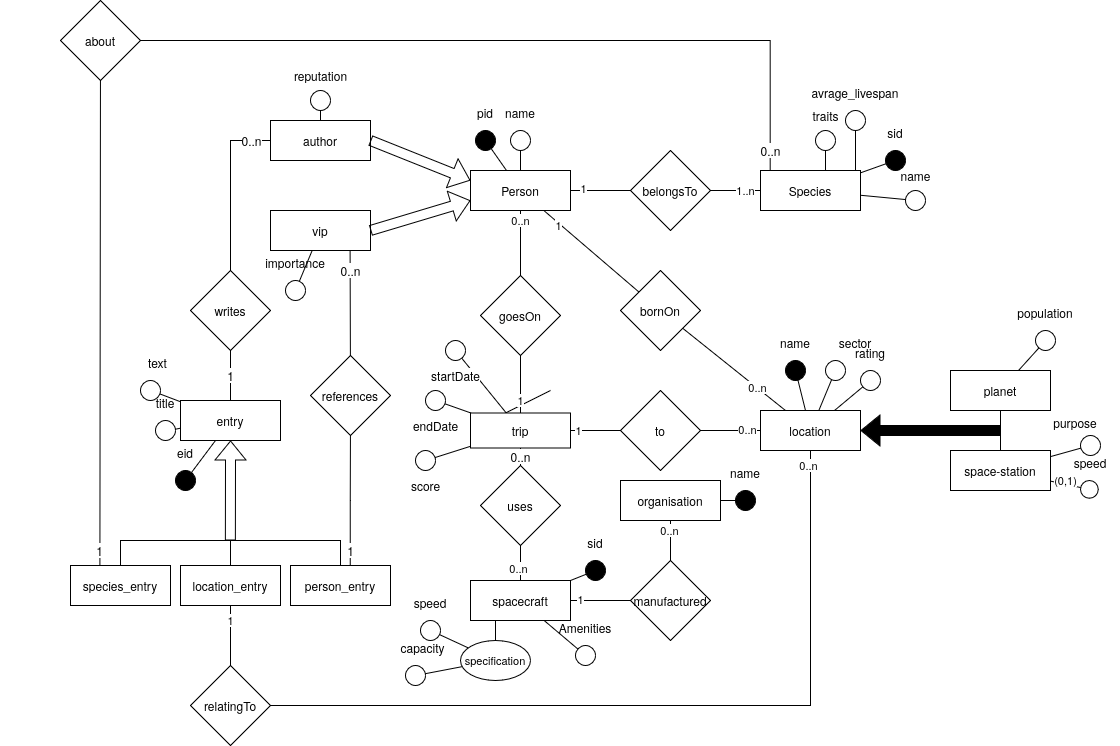
Before: hhgttg-diagramm.drawio.png, a diagram exported from draw.io (MassimiIiano/hhgttg-db). Source tidied: cells renumbered, new cells last; positions are measured from the earlier drawing's top-left corner, leaving out a move shared by most shapes.
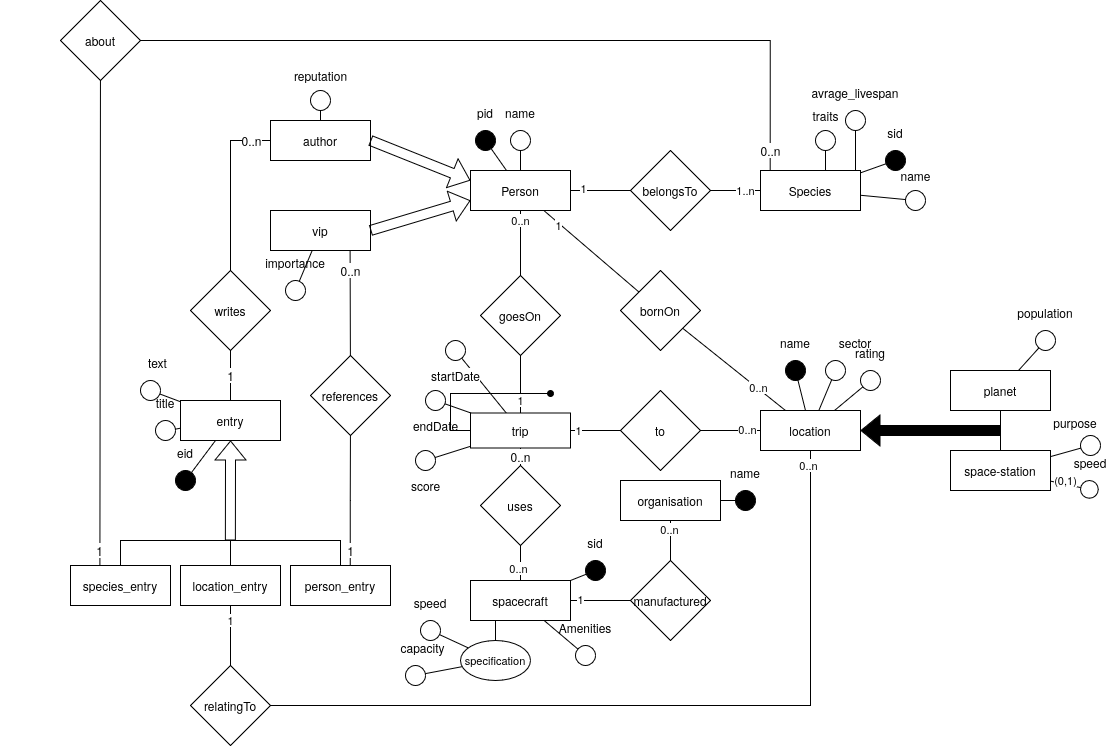
The same diagram one commit later.

Diff of the diagram source:
```diff
@@ -414,9 +414,13 @@
     <mxCell id="131" style="rounded=0;jettySize=auto;html=1;entryX=0.5;entryY=0;entryDx=0;entryDy=0;endArrow=none;startFill=0;" parent="1" edge="1" source="129" target="40">
       <mxGeometry relative="1" as="geometry" />
     </mxCell>
-    <mxCell id="132" style="edgeStyle=none;shape=connector;rounded=0;jettySize=auto;html=1;exitX=0;exitY=0.5;exitDx=0;exitDy=0;strokeColor=default;align=center;verticalAlign=middle;fontFamily=Helvetica;fontSize=11;fontColor=default;labelBackgroundColor=default;endArrow=none;endFill=0;endSize=6;fillColor=#000000;" parent="1" edge="1" source="133">
+    <mxCell id="132" style="edgeStyle=orthogonalEdgeStyle;shape=connector;rounded=0;jettySize=auto;html=1;exitX=0;exitY=0.5;exitDx=0;exitDy=0;strokeColor=default;align=center;verticalAlign=middle;fontFamily=Helvetica;fontSize=11;fontColor=default;labelBackgroundColor=default;endArrow=oval;endFill=1;endSize=6;fillColor=#000000;" parent="1" edge="1" source="133">
       <mxGeometry relative="1" as="geometry">
-        <mxPoint x="550" y="390" as="targetPoint" />
+        <mxPoint x="550" y="393" as="targetPoint" />
+        <Array as="points">
+          <mxPoint x="450" y="430" />
+          <mxPoint x="450" y="393" />
+        </Array>
       </mxGeometry>
     </mxCell>
     <mxCell id="133" value="trip" style="rounded=0;whiteSpace=wrap;html=1;" parent="1" vertex="1">
```
